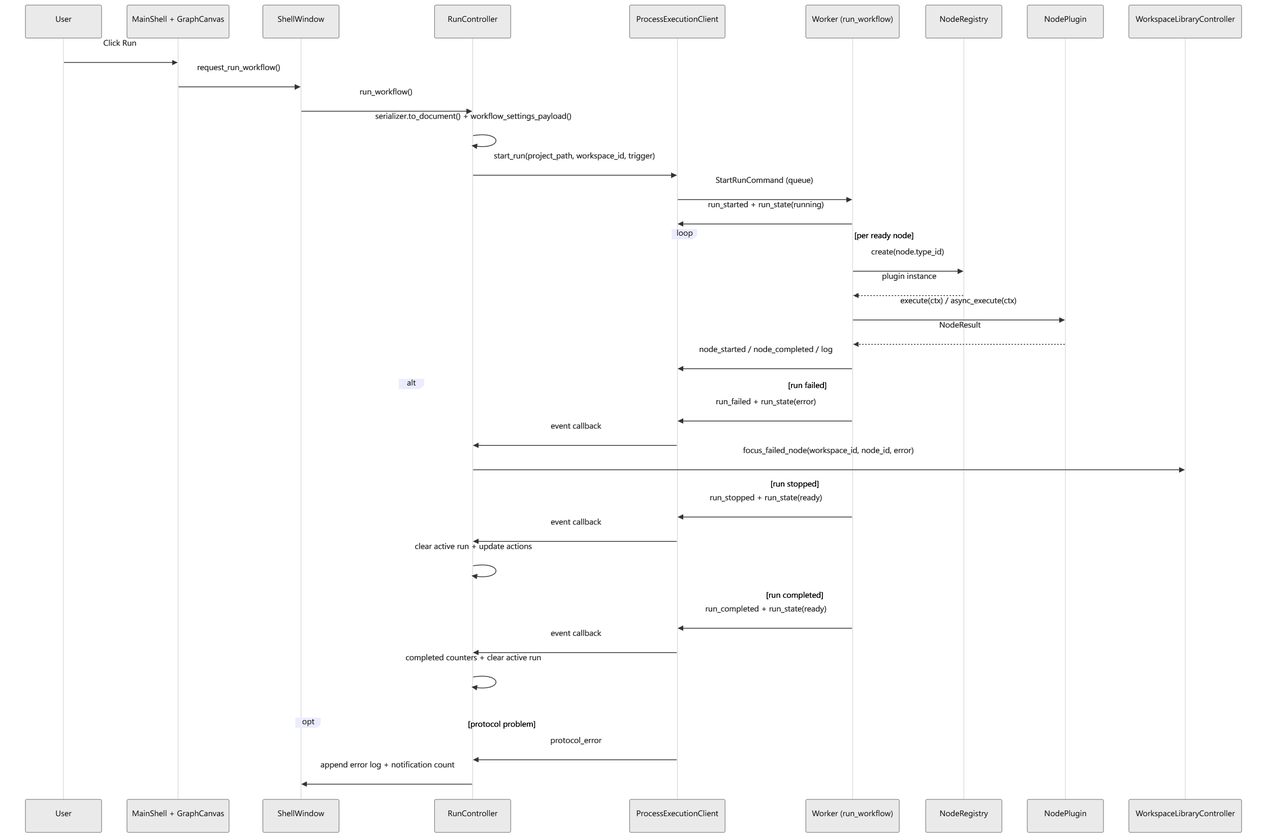
emreatay993/EA_Node keeps this Mermaid diagram as docs/architecture_diagrams/run_sequence.png. Above is the earlier version. Its source is kept beside it as docs/architecture_diagrams/run_sequence.mmd.
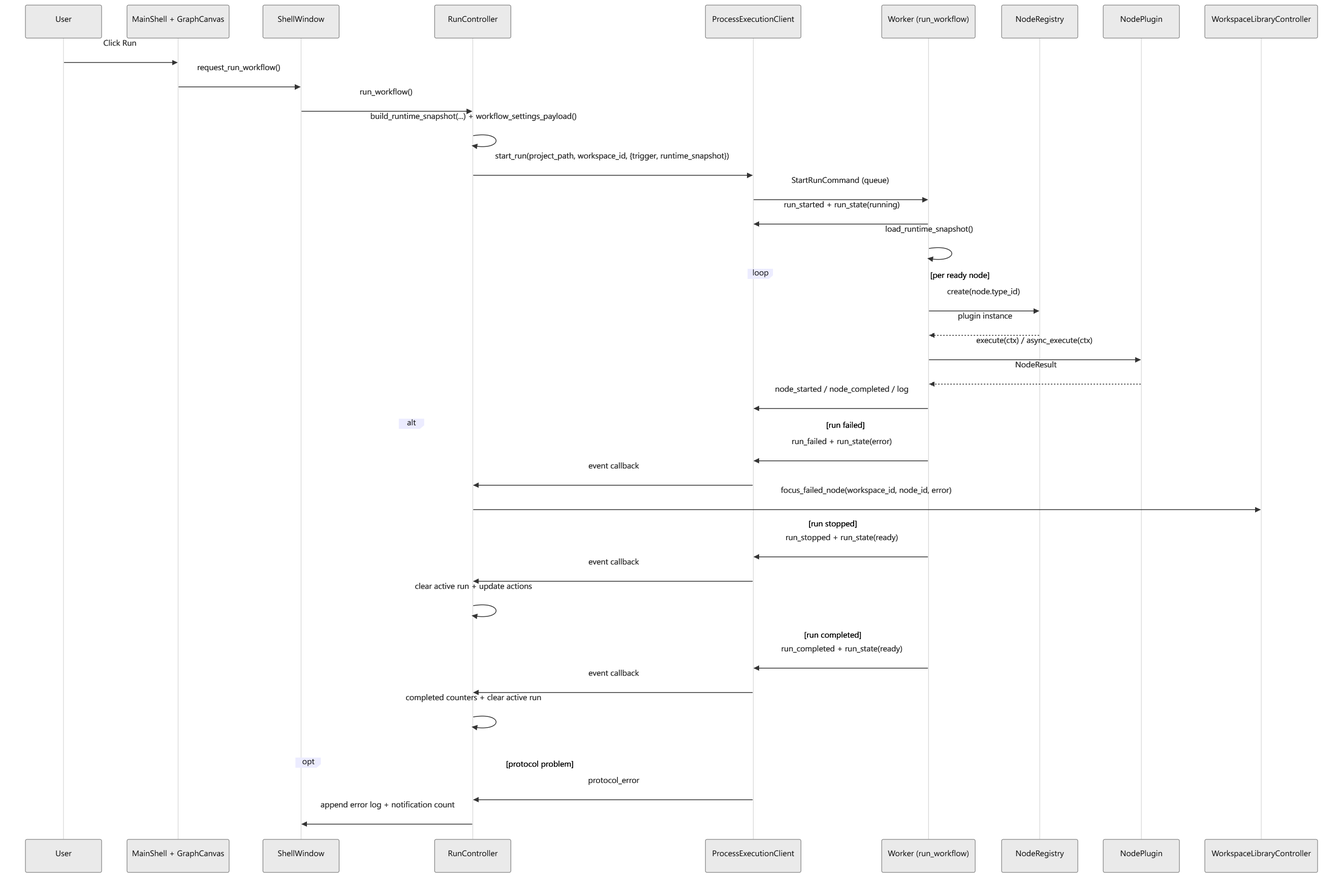
After the change.

Diff of the diagram source:
```diff
@@ -12,10 +12,11 @@
     User->>QML: Click Run
     QML->>SW: request_run_workflow()
     SW->>RC: run_workflow()
-    RC->>RC: serializer.to_document() + workflow_settings_payload()
-    RC->>EC: start_run(project_path, workspace_id, trigger)
+    RC->>RC: build_runtime_snapshot(...) + workflow_settings_payload()
+    RC->>EC: start_run(project_path, workspace_id, {trigger, runtime_snapshot})
     EC->>W: StartRunCommand (queue)
     W->>EC: run_started + run_state(running)
+    W->>W: load_runtime_snapshot()
 
     loop per ready node
         W->>R: create(node.type_id)
```
